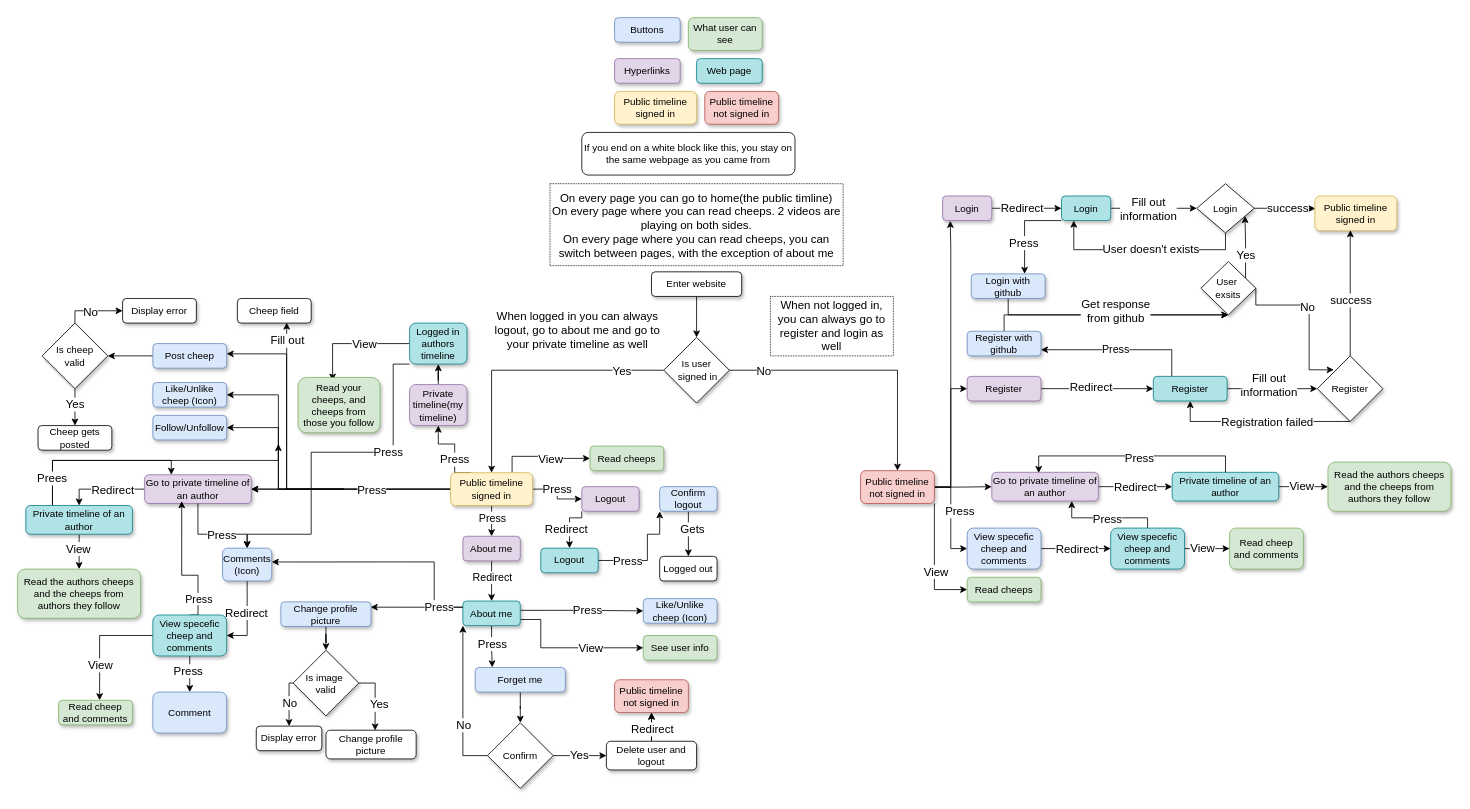
This is docs/models/UserActivitiesDiagram.drawio from ITU-BDSA2024-GROUP10/Chirp, a draw.io file, before an edit. Source tidied: cells renumbered, new cells numbered last; positions are measured from the earlier drawing's top-left corner, leaving out a move shared by most shapes. Both pictures are drawn from the tidied source at 82%, with x=0, y=0 at pixel (17, 17).
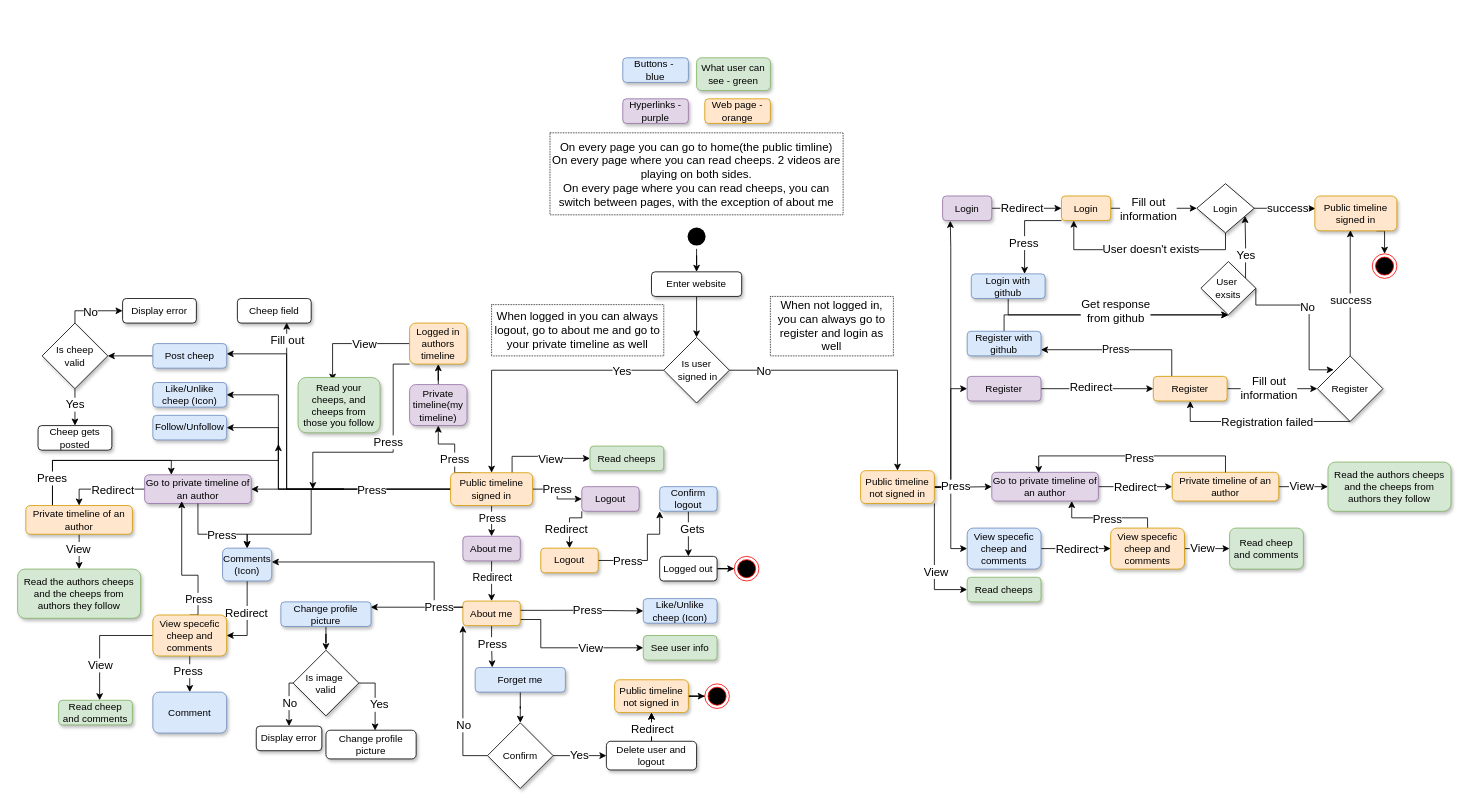
Above is the later version.

Unchanged cells that the change refers to:
```xml
<mxCell id="17" value="Enter website" style="rounded=1;whiteSpace=wrap;html=1;shadow=1;" parent="1" vertex="1">
  <mxGeometry x="773" y="310" width="110" height="30" as="geometry" />
</mxCell>
<mxCell id="34" style="edgeStyle=orthogonalEdgeStyle;rounded=0;jettySize=auto;html=1;entryX=0.156;entryY=1.01;entryDx=0;entryDy=0;entryPerimeter=0;" parent="1" edge="1" source="38" target="48">
  <mxGeometry relative="1" as="geometry">
    <Array as="points">
      <mxPoint x="1138" y="573" />
      <mxPoint x="1138" y="280" />
      <mxPoint x="1137" y="280" />
    </Array>
  </mxGeometry>
</mxCell>
<mxCell id="69" style="edgeStyle=orthogonalEdgeStyle;rounded=0;jettySize=auto;html=1;entryX=0;entryY=0.5;entryDx=0;entryDy=0;exitX=1;exitY=0.5;exitDx=0;exitDy=0;" parent="1" edge="1" source="190" target="75">
  <mxGeometry relative="1" as="geometry" />
</mxCell>
<mxCell id="126" value="Go to private timeline of an author" style="rounded=1;whiteSpace=wrap;html=1;fillColor=#e1d5e7;strokeColor=#9673a6;shadow=1;" parent="1" vertex="1">
  <mxGeometry x="154.9" y="557.5" width="130" height="35" as="geometry" />
</mxCell>
<mxCell id="140" value="Logged out" style="rounded=1;whiteSpace=wrap;html=1;shadow=1;" parent="1" vertex="1">
  <mxGeometry x="783" y="657" width="70" height="30" as="geometry" />
</mxCell>
```

What changed in the source:
```diff
@@
-    <mxCell id="31" value="Public timeline signed&amp;nbsp;in" style="rounded=1;whiteSpace=wrap;html=1;fillColor=#fff2cc;strokeColor=#d6b656;shadow=1;" parent="1" vertex="1">
+    <mxCell id="31" value="Public timeline signed&amp;nbsp;in" style="rounded=1;whiteSpace=wrap;html=1;fillColor=#ffe6cc;strokeColor=#d79b00;shadow=1;" parent="1" vertex="1">
       <mxGeometry x="528" y="555" width="100" height="40" as="geometry" />
     </mxCell>
@@
     <mxCell id="35" value="&lt;font style=&quot;font-size: 14px;&quot;&gt;Press&lt;/font&gt;" style="edgeLabel;html=1;align=center;verticalAlign=middle;" parent="34" vertex="1">
       <mxGeometry x="0.48" relative="1" as="geometry">
-        <mxPoint x="10" y="264" as="offset" />
+        <mxPoint x="5" y="234" as="offset" />
       </mxGeometry>
     </mxCell>
@@
-    <mxCell id="38" value="Public timeline not signed&amp;nbsp;in" style="rounded=1;whiteSpace=wrap;html=1;fillColor=#f8cecc;strokeColor=#b85450;shadow=1;" parent="1" vertex="1">
+    <mxCell id="38" value="Public timeline not signed&amp;nbsp;in" style="rounded=1;whiteSpace=wrap;html=1;fillColor=#ffe6cc;strokeColor=#d79b00;shadow=1;" parent="1" vertex="1">
       <mxGeometry x="1028" y="552.5" width="90" height="40" as="geometry" />
     </mxCell>
@@
     <mxCell id="49" value="&lt;font style=&quot;font-size: 14px;&quot;&gt;On every page you can go to home(the public timline)&lt;br&gt;&lt;div style=&quot;&quot;&gt;&lt;span style=&quot;background-color: initial;&quot;&gt;On every page where you can read cheeps. 2 videos are playing on both sides.&lt;/span&gt;&lt;/div&gt;&lt;/font&gt;&lt;div&gt;&lt;font style=&quot;font-size: 14px;&quot;&gt;On every page where you can read cheeps, you can switch between pages, with the exception of about me&lt;/font&gt;&lt;/div&gt;" style="text;html=1;align=center;verticalAlign=middle;whiteSpace=wrap;rounded=0;dashed=1;dashPattern=1 1;strokeColor=default;" parent="1" vertex="1">
-      <mxGeometry x="649.2" y="202.5" width="357.5" height="100" as="geometry" />
+      <mxGeometry x="649.2" y="140.5" width="357.5" height="100" as="geometry" />
     </mxCell>
@@
-    <mxCell id="54" value="&lt;font style=&quot;font-size: 14px;&quot;&gt;When logged in you can always logout, go to about me and go to your private timeline as well&lt;/font&gt;" style="text;html=1;align=center;verticalAlign=middle;whiteSpace=wrap;rounded=0;dashed=1;dashPattern=1 1;" parent="1" vertex="1">
+    <mxCell id="54" value="&lt;font style=&quot;font-size: 14px;&quot;&gt;When logged in you can always logout, go to about me and go to your private timeline as well&lt;/font&gt;" style="text;html=1;align=center;verticalAlign=middle;whiteSpace=wrap;rounded=0;dashed=1;dashPattern=1 1;strokeColor=default;" parent="1" vertex="1">
       <mxGeometry x="578" y="350" width="210" height="62.5" as="geometry" />
     </mxCell>
@@
+    <mxCell id="192" style="edgeStyle=orthogonalEdgeStyle;rounded=0;jettySize=auto;html=1;exitX=0.75;exitY=1;exitDx=0;exitDy=0;entryX=0.5;entryY=0;entryDx=0;entryDy=0;" parent="1" edge="1" source="65" target="199">
+      <mxGeometry relative="1" as="geometry" />
+    </mxCell>
-    <mxCell id="65" value="Public timeline signed&amp;nbsp;in" style="rounded=1;whiteSpace=wrap;html=1;fillColor=#fff2cc;strokeColor=#d6b656;shadow=1;" parent="1" vertex="1">
+    <mxCell id="65" value="Public timeline signed&amp;nbsp;in" style="rounded=1;whiteSpace=wrap;html=1;fillColor=#ffe6cc;strokeColor=#d79b00;shadow=1;" parent="1" vertex="1">
       <mxGeometry x="1582" y="217.5" width="100" height="42.5" as="geometry" />
     </mxCell>
@@
     <mxCell id="70" value="&lt;font style=&quot;font-size: 14px;&quot;&gt;Fill out &lt;br&gt;information&lt;/font&gt;" style="edgeLabel;html=1;align=center;verticalAlign=middle;" parent="69" vertex="1">
       <mxGeometry x="-0.71" relative="1" as="geometry">
-        <mxPoint x="34" y="-5" as="offset" />
+        <mxPoint x="34" y="-2" as="offset" />
       </mxGeometry>
     </mxCell>
@@
-    <mxCell id="83" value="Buttons" style="rounded=1;whiteSpace=wrap;html=1;fillColor=#dae8fc;strokeColor=#6c8ebf;shadow=1;" parent="1" vertex="1">
-      <mxGeometry x="728" width="80" height="30" as="geometry" />
+    <mxCell id="83" value="Buttons -&amp;nbsp;&lt;div&gt;blue&lt;/div&gt;" style="rounded=1;whiteSpace=wrap;html=1;fillColor=#dae8fc;strokeColor=#6c8ebf;shadow=1;" parent="1" vertex="1">
+      <mxGeometry x="738" y="49" width="80" height="30" as="geometry" />
     </mxCell>
-    <mxCell id="84" value="Hyperlinks" style="rounded=1;whiteSpace=wrap;html=1;fillColor=#e1d5e7;strokeColor=#9673a6;shadow=1;" parent="1" vertex="1">
-      <mxGeometry x="728" y="50" width="80" height="30" as="geometry" />
+    <mxCell id="84" value="Hyperlinks - purple" style="rounded=1;whiteSpace=wrap;html=1;fillColor=#e1d5e7;strokeColor=#9673a6;shadow=1;" parent="1" vertex="1">
+      <mxGeometry x="738" y="99" width="80" height="30" as="geometry" />
     </mxCell>
-    <mxCell id="85" value="What user can see" style="rounded=1;whiteSpace=wrap;html=1;fillColor=#d5e8d4;strokeColor=#82b366;shadow=1;" parent="1" vertex="1">
-      <mxGeometry x="818" width="90" height="40" as="geometry" />
+    <mxCell id="85" value="What user can see - green" style="rounded=1;whiteSpace=wrap;html=1;fillColor=#d5e8d4;strokeColor=#82b366;shadow=1;" parent="1" vertex="1">
+      <mxGeometry x="828" y="49" width="90" height="40" as="geometry" />
     </mxCell>
@@
-    <mxCell id="111" style="edgeStyle=orthogonalEdgeStyle;rounded=0;jettySize=auto;html=1;entryX=1;entryY=0.5;entryDx=0;entryDy=0;exitX=0;exitY=1;exitDx=0;exitDy=0;" parent="1" edge="1" source="174" target="126">
+    <mxCell id="111" style="edgeStyle=orthogonalEdgeStyle;rounded=0;jettySize=auto;html=1;exitX=0;exitY=1;exitDx=0;exitDy=0;" parent="1" edge="1" source="174">
       <mxGeometry relative="1" as="geometry">
+        <mxPoint x="360" y="575" as="targetPoint" />
         <Array as="points">
           <mxPoint x="458" y="423" />
           <mxPoint x="458" y="530" />
-          <mxPoint x="358" y="530" />
-          <mxPoint x="358" y="575" />
+          <mxPoint x="360" y="530" />
         </Array>
       </mxGeometry>
     </mxCell>
@@
+    <mxCell id="193" style="edgeStyle=orthogonalEdgeStyle;rounded=0;jettySize=auto;html=1;" parent="1" edge="1" source="140" target="198">
+      <mxGeometry relative="1" as="geometry" />
+    </mxCell>
@@
+    <mxCell id="194" style="edgeStyle=orthogonalEdgeStyle;rounded=0;jettySize=auto;html=1;" parent="1" edge="1" source="155" target="197">
+      <mxGeometry relative="1" as="geometry" />
+    </mxCell>
-    <mxCell id="155" value="Public timeline not signed&amp;nbsp;in" style="rounded=1;whiteSpace=wrap;html=1;fillColor=#f8cecc;strokeColor=#b85450;shadow=1;" parent="1" vertex="1">
+    <mxCell id="155" value="Public timeline not signed&amp;nbsp;in" style="rounded=1;whiteSpace=wrap;html=1;fillColor=#ffe6cc;strokeColor=#d79b00;shadow=1;" parent="1" vertex="1">
       <mxGeometry x="728" y="807.5" width="90" height="40" as="geometry" />
     </mxCell>
@@
-    <mxCell id="158" value="Public timeline signed&amp;nbsp;in" style="rounded=1;whiteSpace=wrap;html=1;fillColor=#fff2cc;strokeColor=#d6b656;shadow=1;" parent="1" vertex="1">
-      <mxGeometry x="728" y="90" width="100" height="40" as="geometry" />
-    </mxCell>
-    <mxCell id="159" value="Public timeline not signed in" style="rounded=1;whiteSpace=wrap;html=1;fillColor=#f8cecc;strokeColor=#b85450;shadow=1;" parent="1" vertex="1">
-      <mxGeometry x="838" y="90" width="90" height="40" as="geometry" />
-    </mxCell>
-    <mxCell id="160" value="If you end on a white block like this, you stay on the same webpage as you came from" style="rounded=1;whiteSpace=wrap;html=1;" parent="1" vertex="1">
-      <mxGeometry x="688" y="140" width="260" height="52" as="geometry" />
-    </mxCell>
@@
-    <mxCell id="163" value="Logout" style="rounded=1;whiteSpace=wrap;html=1;shadow=1;fillColor=#b0e3e6;strokeColor=#0e8088;" parent="1" vertex="1">
+    <mxCell id="163" value="Logout" style="rounded=1;whiteSpace=wrap;html=1;shadow=1;fillColor=#ffe6cc;strokeColor=#d79b00;" parent="1" vertex="1">
       <mxGeometry x="638" y="647" width="70" height="30" as="geometry" />
     </mxCell>
-    <mxCell id="164" value="About me" style="rounded=1;whiteSpace=wrap;html=1;shadow=1;fillColor=#b0e3e6;strokeColor=#0e8088;" parent="1" vertex="1">
+    <mxCell id="164" value="About me" style="rounded=1;whiteSpace=wrap;html=1;shadow=1;fillColor=#ffe6cc;strokeColor=#d79b00;" parent="1" vertex="1">
       <mxGeometry x="543" y="711.5" width="70" height="30" as="geometry" />
     </mxCell>
@@
-    <mxCell id="167" value="View specefic cheep and comments" style="rounded=1;whiteSpace=wrap;html=1;shadow=1;fillColor=#b0e3e6;strokeColor=#0e8088;" parent="1" vertex="1">
+    <mxCell id="167" value="View specefic cheep and comments" style="rounded=1;whiteSpace=wrap;html=1;shadow=1;fillColor=#ffe6cc;strokeColor=#d79b00;" parent="1" vertex="1">
       <mxGeometry x="164.9" y="728.5" width="90" height="50" as="geometry" />
     </mxCell>
-    <mxCell id="168" value="Web page" style="rounded=1;whiteSpace=wrap;html=1;fillColor=#b0e3e6;strokeColor=#0e8088;shadow=1;" parent="1" vertex="1">
-      <mxGeometry x="828" y="50" width="80" height="30" as="geometry" />
+    <mxCell id="168" value="Web page - orange" style="rounded=1;whiteSpace=wrap;html=1;fillColor=#ffe6cc;strokeColor=#d79b00;shadow=1;" parent="1" vertex="1">
+      <mxGeometry x="838" y="99" width="80" height="30" as="geometry" />
     </mxCell>
@@
-    <mxCell id="173" value="Private timeline of an author" style="rounded=1;whiteSpace=wrap;html=1;shadow=1;fillColor=#b0e3e6;strokeColor=#0e8088;" parent="1" vertex="1">
+    <mxCell id="173" value="Private timeline of an author" style="rounded=1;whiteSpace=wrap;html=1;shadow=1;fillColor=#ffe6cc;strokeColor=#d79b00;" parent="1" vertex="1">
       <mxGeometry x="10" y="595" width="130" height="35" as="geometry" />
     </mxCell>
-    <mxCell id="174" value="Logged in authors timeline" style="rounded=1;whiteSpace=wrap;html=1;fillColor=#b0e3e6;strokeColor=#0e8088;shadow=1;" parent="1" vertex="1">
+    <mxCell id="174" value="Logged in authors timeline" style="rounded=1;whiteSpace=wrap;html=1;fillColor=#ffe6cc;strokeColor=#d79b00;shadow=1;" parent="1" vertex="1">
       <mxGeometry x="478" y="372.5" width="70" height="50" as="geometry" />
     </mxCell>
@@
-    <mxCell id="182" value="View specefic cheep and comments" style="rounded=1;whiteSpace=wrap;html=1;shadow=1;fillColor=#b0e3e6;strokeColor=#0e8088;" parent="1" vertex="1">
+    <mxCell id="182" value="View specefic cheep and comments" style="rounded=1;whiteSpace=wrap;html=1;shadow=1;fillColor=#ffe6cc;strokeColor=#d79b00;" parent="1" vertex="1">
       <mxGeometry x="1333" y="622.5" width="90" height="50" as="geometry" />
     </mxCell>
@@
-    <mxCell id="185" value="Private timeline of an author" style="rounded=1;whiteSpace=wrap;html=1;shadow=1;fillColor=#b0e3e6;strokeColor=#0e8088;" parent="1" vertex="1">
+    <mxCell id="185" value="Private timeline of an author" style="rounded=1;whiteSpace=wrap;html=1;shadow=1;fillColor=#ffe6cc;strokeColor=#d79b00;" parent="1" vertex="1">
       <mxGeometry x="1408" y="554.5" width="130" height="35" as="geometry" />
     </mxCell>
@@
-    <mxCell id="190" value="Register" style="rounded=1;whiteSpace=wrap;html=1;fillColor=#b0e3e6;strokeColor=#0e8088;shadow=1;" parent="1" vertex="1">
+    <mxCell id="190" value="Register" style="rounded=1;whiteSpace=wrap;html=1;fillColor=#ffe6cc;strokeColor=#d79b00;shadow=1;" parent="1" vertex="1">
       <mxGeometry x="1385" y="437.5" width="90" height="30" as="geometry" />
     </mxCell>
-    <mxCell id="191" value="Login" style="rounded=1;whiteSpace=wrap;html=1;fillColor=#b0e3e6;strokeColor=#0e8088;shadow=1;" parent="1" vertex="1">
+    <mxCell id="191" value="Login" style="rounded=1;whiteSpace=wrap;html=1;fillColor=#ffe6cc;strokeColor=#d79b00;shadow=1;" parent="1" vertex="1">
       <mxGeometry x="1273" y="217.5" width="60" height="30" as="geometry" />
     </mxCell>
+    <mxCell id="195" style="edgeStyle=orthogonalEdgeStyle;rounded=0;jettySize=auto;html=1;exitX=0.5;exitY=1;exitDx=0;exitDy=0;" parent="1" edge="1" source="196" target="17">
+      <mxGeometry relative="1" as="geometry" />
+    </mxCell>
+    <mxCell id="196" style="ellipse;html=1;shape=endState;fillColor=#000000;strokeColor=none;" parent="1" vertex="1">
+      <mxGeometry x="813" y="252" width="30" height="30" as="geometry" />
+    </mxCell>
+    <mxCell id="197" style="ellipse;html=1;shape=endState;fillColor=#000000;strokeColor=#ff0000;" parent="1" vertex="1">
+      <mxGeometry x="838" y="812.5" width="30" height="30" as="geometry" />
+    </mxCell>
+    <mxCell id="198" style="ellipse;html=1;shape=endState;fillColor=#000000;strokeColor=#ff0000;" parent="1" vertex="1">
+      <mxGeometry x="874" y="657" width="30" height="30" as="geometry" />
+    </mxCell>
+    <mxCell id="199" style="ellipse;html=1;shape=endState;fillColor=#000000;strokeColor=#ff0000;" parent="1" vertex="1">
+      <mxGeometry x="1652" y="288" width="30" height="30" as="geometry" />
+    </mxCell>
```
